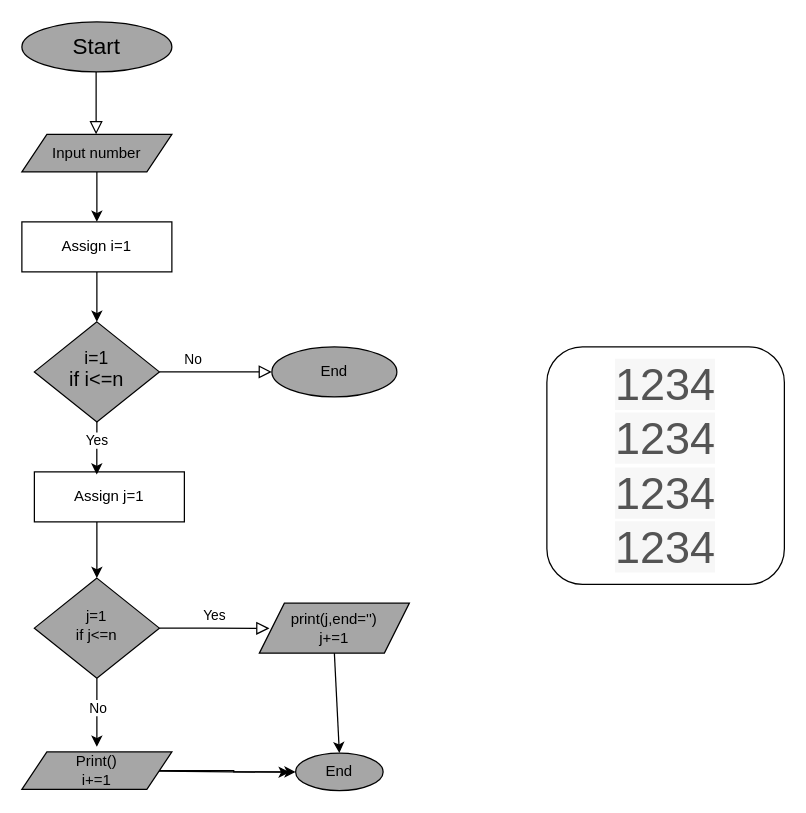
Earlier version of the draw.io diagram Untitled Diagram.drawio (Aditya-swaroop-11/aditya). Source tidied: cells renumbered, new cells numbered last; positions are measured from the earlier drawing's top-left corner, leaving out a move shared by most shapes. Both pictures are drawn from the tidied source at 125%, with x=0, y=0 at pixel (21, 21).
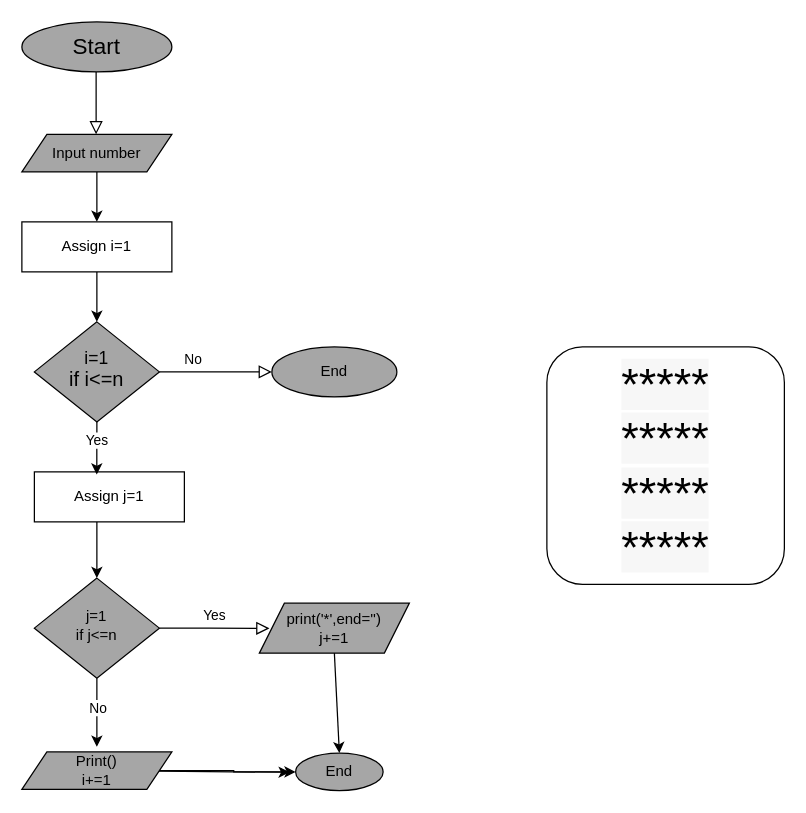
After the change.

Diff of the diagram source:
```diff
@@
-    <mxCell id="9" value="print(j,end='')&lt;div&gt;j+=1&lt;/div&gt;" style="shape=parallelogram;perimeter=parallelogramPerimeter;whiteSpace=wrap;html=1;fixedSize=1;fillColor=#A6A6A6;" parent="1" vertex="1">
+    <mxCell id="9" value="print('*',end='')&lt;div&gt;j+=1&lt;/div&gt;" style="shape=parallelogram;perimeter=parallelogramPerimeter;whiteSpace=wrap;html=1;fixedSize=1;fillColor=#A6A6A6;" parent="1" vertex="1">
       <mxGeometry x="190" y="465" width="120" height="40" as="geometry" />
     </mxCell>
@@
-    <mxCell id="25" value="&lt;pre style=&quot;font-family: var(--jp-code-font-family); line-height: var(--jp-code-line-height); border: none; margin-top: 0px; margin-bottom: 0px; padding: 0px; overflow: auto; word-break: break-all; overflow-wrap: break-word; text-wrap: wrap; text-align: left;&quot;&gt;&lt;font color=&quot;#545454&quot; style=&quot;font-size: 36px; background-color: rgb(247, 247, 247);&quot;&gt;1234&lt;br&gt;1234&lt;br&gt;1234&lt;br&gt;1234&lt;/font&gt;&lt;/pre&gt;" style="rounded=1;whiteSpace=wrap;html=1;" parent="1" vertex="1">
+    <mxCell id="25" value="&lt;pre style=&quot;font-family: var(--jp-code-font-family); line-height: var(--jp-code-line-height); border: none; margin-top: 0px; margin-bottom: 0px; padding: 0px; overflow: auto; word-break: break-all; overflow-wrap: break-word; text-wrap: wrap; text-align: left;&quot;&gt;&lt;pre style=&quot;font-family: var(--jp-code-font-family); line-height: var(--jp-code-line-height); color: var(--jp-content-font-color1); border: none; margin-top: 0px; margin-bottom: 0px; padding: 0px; overflow: auto; word-break: break-all; overflow-wrap: break-word; text-wrap: wrap;&quot;&gt;&lt;font style=&quot;font-size: 36px; background-color: rgb(247, 247, 247);&quot;&gt;*****&lt;br&gt;*****&lt;br&gt;*****&lt;br&gt;*****&lt;/font&gt;&lt;/pre&gt;&lt;/pre&gt;" style="rounded=1;whiteSpace=wrap;html=1;" parent="1" vertex="1">
       <mxGeometry x="420" y="260" width="190" height="190" as="geometry" />
     </mxCell>
```
